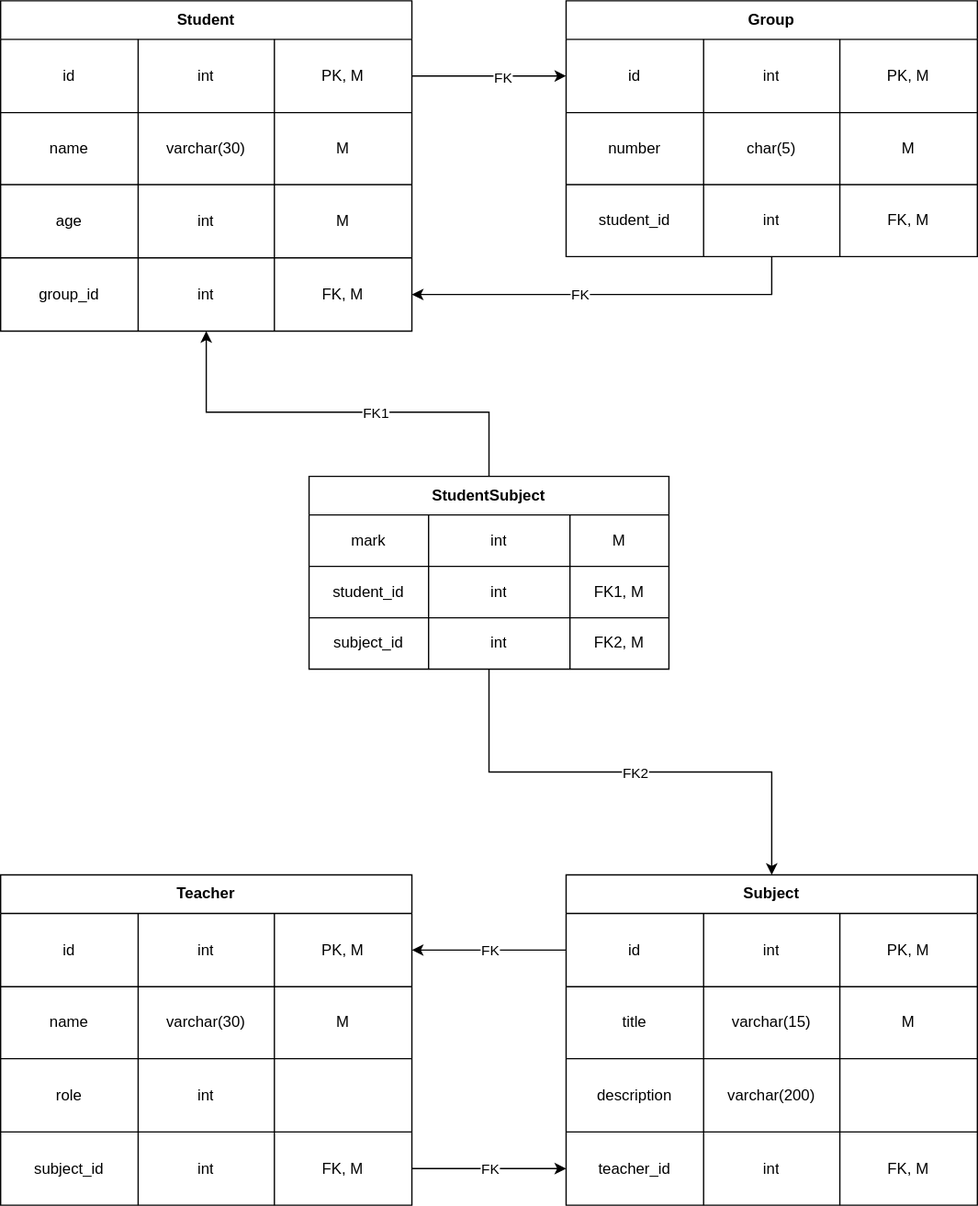
Before: Physical.svg, a diagram exported from draw.io (OlegUtusikov/DataBaseCourse). Source tidied: cells renumbered, new cells last; positions are measured from the earlier drawing's top-left corner, leaving out a move shared by most shapes.
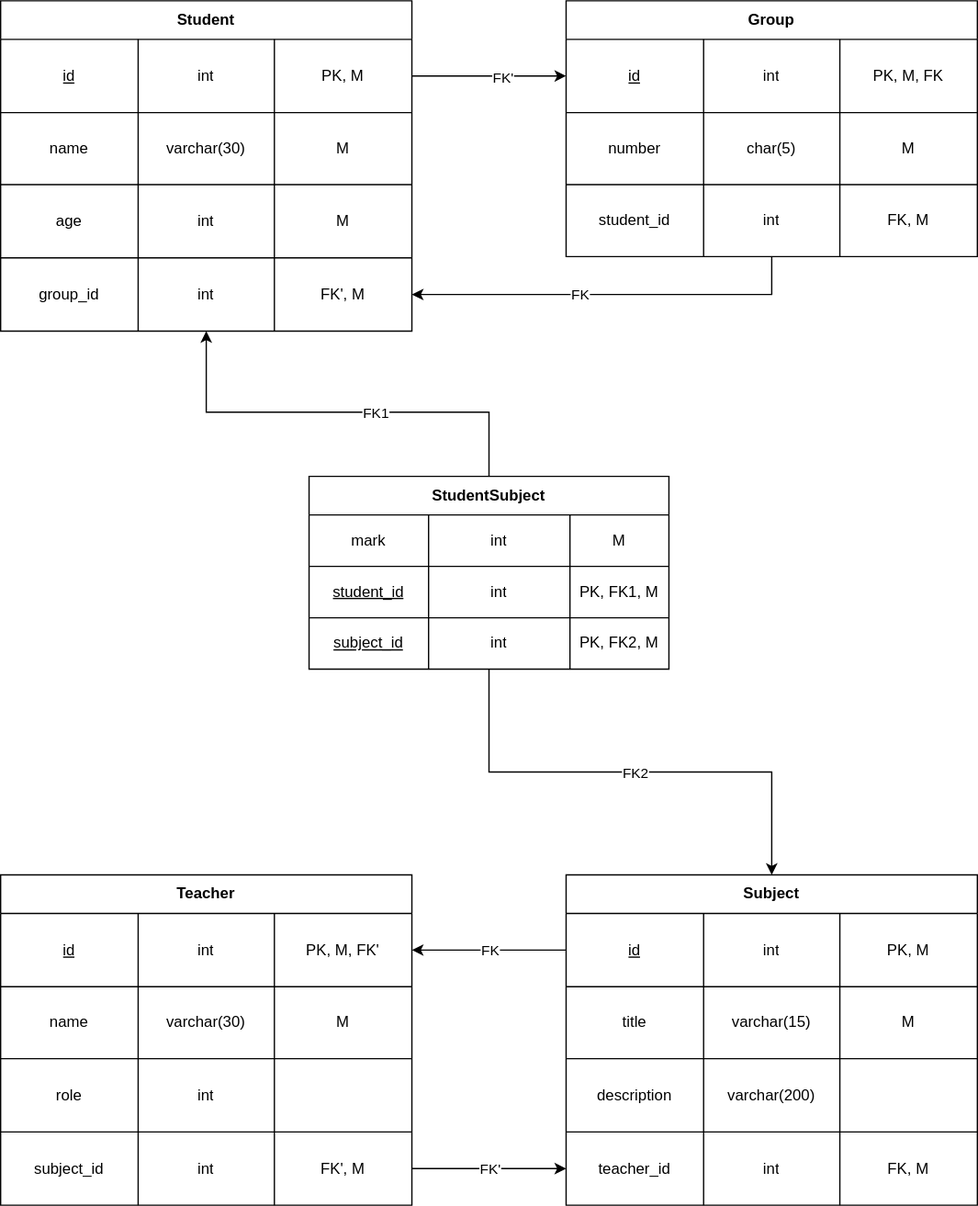
The same file after the commit.

Diff of the diagram source:
```diff
@@ -8,7 +8,7 @@
     <mxCell id="3" style="shape=partialRectangle;html=1;whiteSpace=wrap;fillColor=none;top=0;left=0;bottom=0;right=0;points=[[0,0.5],[1,0.5]];portConstraint=eastwest;" parent="2" vertex="1">
       <mxGeometry y="30" width="320" height="57" as="geometry" />
     </mxCell>
-    <mxCell id="4" value="id" style="shape=partialRectangle;html=1;whiteSpace=wrap;fillColor=none;top=0;left=0;bottom=0;right=0;overflow=hidden;" parent="3" vertex="1">
+    <mxCell id="4" value="&lt;u&gt;id&lt;/u&gt;" style="shape=partialRectangle;html=1;whiteSpace=wrap;fillColor=none;top=0;left=0;bottom=0;right=0;overflow=hidden;" parent="3" vertex="1">
       <mxGeometry width="107" height="57" as="geometry" />
     </mxCell>
     <mxCell id="5" value="int" style="shape=partialRectangle;html=1;whiteSpace=wrap;fillColor=none;top=0;left=0;bottom=0;right=0;overflow=hidden;" parent="3" vertex="1">
@@ -50,7 +50,7 @@
     <mxCell id="17" value="int" style="shape=partialRectangle;html=1;whiteSpace=wrap;fillColor=none;top=0;left=0;bottom=0;right=0;overflow=hidden;" parent="15" vertex="1">
       <mxGeometry x="107" width="106" height="57" as="geometry" />
     </mxCell>
-    <mxCell id="18" value="FK, M" style="shape=partialRectangle;html=1;whiteSpace=wrap;fillColor=none;top=0;left=0;bottom=0;right=0;overflow=hidden;" parent="15" vertex="1">
+    <mxCell id="18" value="FK', M" style="shape=partialRectangle;html=1;whiteSpace=wrap;fillColor=none;top=0;left=0;bottom=0;right=0;overflow=hidden;" parent="15" vertex="1">
       <mxGeometry x="213" width="107" height="57" as="geometry" />
     </mxCell>
     <mxCell id="19" style="edgeStyle=orthogonalEdgeStyle;rounded=0;jettySize=auto;html=1;exitX=0.5;exitY=1;exitDx=0;exitDy=0;startArrow=none;startFill=0;endArrow=classic;endFill=1;" parent="1" edge="1" source="21" target="15">
@@ -67,13 +67,13 @@
     <mxCell id="22" style="shape=partialRectangle;html=1;whiteSpace=wrap;fillColor=none;top=0;left=0;bottom=0;right=0;points=[[0,0.5],[1,0.5]];portConstraint=eastwest;" parent="21" vertex="1">
       <mxGeometry y="30" width="320" height="57" as="geometry" />
     </mxCell>
-    <mxCell id="23" value="id" style="shape=partialRectangle;html=1;whiteSpace=wrap;fillColor=none;top=0;left=0;bottom=0;right=0;overflow=hidden;" parent="22" vertex="1">
+    <mxCell id="23" value="&lt;u&gt;id&lt;/u&gt;" style="shape=partialRectangle;html=1;whiteSpace=wrap;fillColor=none;top=0;left=0;bottom=0;right=0;overflow=hidden;" parent="22" vertex="1">
       <mxGeometry width="107" height="57" as="geometry" />
     </mxCell>
     <mxCell id="24" value="int" style="shape=partialRectangle;html=1;whiteSpace=wrap;fillColor=none;top=0;left=0;bottom=0;right=0;overflow=hidden;" parent="22" vertex="1">
       <mxGeometry x="107" width="106" height="57" as="geometry" />
     </mxCell>
-    <mxCell id="25" value="PK, M" style="shape=partialRectangle;html=1;whiteSpace=wrap;fillColor=none;top=0;left=0;bottom=0;right=0;overflow=hidden;" parent="22" vertex="1">
+    <mxCell id="25" value="PK, M, FK" style="shape=partialRectangle;html=1;whiteSpace=wrap;fillColor=none;top=0;left=0;bottom=0;right=0;overflow=hidden;" parent="22" vertex="1">
       <mxGeometry x="213" width="107" height="57" as="geometry" />
     </mxCell>
     <mxCell id="26" style="shape=partialRectangle;html=1;whiteSpace=wrap;fillColor=none;top=0;left=0;bottom=0;right=0;" parent="21" vertex="1">
@@ -106,13 +106,13 @@
     <mxCell id="35" style="shape=partialRectangle;html=1;whiteSpace=wrap;fillColor=none;top=0;left=0;bottom=0;right=0;points=[[0,0.5],[1,0.5]];portConstraint=eastwest;" parent="34" vertex="1">
       <mxGeometry y="30" width="320" height="57" as="geometry" />
     </mxCell>
-    <mxCell id="36" value="id" style="shape=partialRectangle;html=1;whiteSpace=wrap;fillColor=none;top=0;left=0;bottom=0;right=0;overflow=hidden;" parent="35" vertex="1">
+    <mxCell id="36" value="&lt;u&gt;id&lt;/u&gt;" style="shape=partialRectangle;html=1;whiteSpace=wrap;fillColor=none;top=0;left=0;bottom=0;right=0;overflow=hidden;" parent="35" vertex="1">
       <mxGeometry width="107" height="57" as="geometry" />
     </mxCell>
     <mxCell id="37" value="int" style="shape=partialRectangle;html=1;whiteSpace=wrap;fillColor=none;top=0;left=0;bottom=0;right=0;overflow=hidden;" parent="35" vertex="1">
       <mxGeometry x="107" width="106" height="57" as="geometry" />
     </mxCell>
-    <mxCell id="38" value="PK, M" style="shape=partialRectangle;html=1;whiteSpace=wrap;fillColor=none;top=0;left=0;bottom=0;right=0;overflow=hidden;" parent="35" vertex="1">
+    <mxCell id="38" value="PK, M, FK'" style="shape=partialRectangle;html=1;whiteSpace=wrap;fillColor=none;top=0;left=0;bottom=0;right=0;overflow=hidden;" parent="35" vertex="1">
       <mxGeometry x="213" width="107" height="57" as="geometry" />
     </mxCell>
     <mxCell id="39" style="shape=partialRectangle;html=1;whiteSpace=wrap;fillColor=none;top=0;left=0;bottom=0;right=0;" parent="34" vertex="1">
@@ -148,7 +148,7 @@
     <mxCell id="49" value="int" style="shape=partialRectangle;html=1;whiteSpace=wrap;fillColor=none;top=0;left=0;bottom=0;right=0;overflow=hidden;" parent="47" vertex="1">
       <mxGeometry x="107" width="106" height="57" as="geometry" />
     </mxCell>
-    <mxCell id="50" value="FK, M" style="shape=partialRectangle;html=1;whiteSpace=wrap;fillColor=none;top=0;left=0;bottom=0;right=0;overflow=hidden;" parent="47" vertex="1">
+    <mxCell id="50" value="FK', M" style="shape=partialRectangle;html=1;whiteSpace=wrap;fillColor=none;top=0;left=0;bottom=0;right=0;overflow=hidden;" parent="47" vertex="1">
       <mxGeometry x="213" width="107" height="57" as="geometry" />
     </mxCell>
     <mxCell id="51" value="Subject" style="shape=table;html=1;whiteSpace=wrap;startSize=30;fontStyle=1;align=center;" parent="1" vertex="1">
@@ -157,7 +157,7 @@
     <mxCell id="52" style="shape=partialRectangle;html=1;whiteSpace=wrap;fillColor=none;top=0;left=0;bottom=0;right=0;points=[[0,0.5],[1,0.5]];portConstraint=eastwest;" parent="51" vertex="1">
       <mxGeometry y="30" width="320" height="57" as="geometry" />
     </mxCell>
-    <mxCell id="53" value="id" style="shape=partialRectangle;html=1;whiteSpace=wrap;fillColor=none;top=0;left=0;bottom=0;right=0;overflow=hidden;" parent="52" vertex="1">
+    <mxCell id="53" value="&lt;u&gt;id&lt;/u&gt;" style="shape=partialRectangle;html=1;whiteSpace=wrap;fillColor=none;top=0;left=0;bottom=0;right=0;overflow=hidden;" parent="52" vertex="1">
       <mxGeometry width="107" height="57" as="geometry" />
     </mxCell>
     <mxCell id="54" value="int" style="shape=partialRectangle;html=1;whiteSpace=wrap;fillColor=none;top=0;left=0;bottom=0;right=0;overflow=hidden;" parent="52" vertex="1">
@@ -239,31 +239,31 @@
     <mxCell id="77" style="shape=partialRectangle;html=1;whiteSpace=wrap;fillColor=none;top=0;left=0;bottom=0;right=0;" parent="72" vertex="1">
       <mxGeometry y="70" width="280" height="40" as="geometry" />
     </mxCell>
-    <mxCell id="78" value="student_id" style="shape=partialRectangle;html=1;whiteSpace=wrap;fillColor=none;top=0;left=0;bottom=0;right=0;overflow=hidden;" parent="77" vertex="1">
+    <mxCell id="78" value="&lt;u&gt;student_id&lt;/u&gt;" style="shape=partialRectangle;html=1;whiteSpace=wrap;fillColor=none;top=0;left=0;bottom=0;right=0;overflow=hidden;" parent="77" vertex="1">
       <mxGeometry width="93" height="40" as="geometry" />
     </mxCell>
     <mxCell id="79" value="int" style="shape=partialRectangle;html=1;whiteSpace=wrap;fillColor=none;top=0;left=0;bottom=0;right=0;overflow=hidden;" parent="77" vertex="1">
       <mxGeometry x="93" width="110" height="40" as="geometry" />
     </mxCell>
-    <mxCell id="80" value="FK1, M" style="shape=partialRectangle;html=1;whiteSpace=wrap;fillColor=none;top=0;left=0;bottom=0;right=0;overflow=hidden;" parent="77" vertex="1">
+    <mxCell id="80" value="PK, FK1, M" style="shape=partialRectangle;html=1;whiteSpace=wrap;fillColor=none;top=0;left=0;bottom=0;right=0;overflow=hidden;" parent="77" vertex="1">
       <mxGeometry x="203" width="77" height="40" as="geometry" />
     </mxCell>
     <mxCell id="81" style="shape=partialRectangle;html=1;whiteSpace=wrap;fillColor=none;top=0;left=0;bottom=0;right=0;" parent="72" vertex="1">
       <mxGeometry y="110" width="280" height="40" as="geometry" />
     </mxCell>
-    <mxCell id="82" value="subject_id" style="shape=partialRectangle;html=1;whiteSpace=wrap;fillColor=none;top=0;left=0;bottom=0;right=0;overflow=hidden;" parent="81" vertex="1">
+    <mxCell id="82" value="&lt;u&gt;subject_id&lt;/u&gt;" style="shape=partialRectangle;html=1;whiteSpace=wrap;fillColor=none;top=0;left=0;bottom=0;right=0;overflow=hidden;" parent="81" vertex="1">
       <mxGeometry width="93" height="40" as="geometry" />
     </mxCell>
     <mxCell id="83" value="int" style="shape=partialRectangle;html=1;whiteSpace=wrap;fillColor=none;top=0;left=0;bottom=0;right=0;overflow=hidden;" parent="81" vertex="1">
       <mxGeometry x="93" width="110" height="40" as="geometry" />
     </mxCell>
-    <mxCell id="84" value="FK2, M" style="shape=partialRectangle;html=1;whiteSpace=wrap;fillColor=none;top=0;left=0;bottom=0;right=0;overflow=hidden;" parent="81" vertex="1">
+    <mxCell id="84" value="PK, FK2, M" style="shape=partialRectangle;html=1;whiteSpace=wrap;fillColor=none;top=0;left=0;bottom=0;right=0;overflow=hidden;" parent="81" vertex="1">
       <mxGeometry x="203" width="77" height="40" as="geometry" />
     </mxCell>
     <mxCell id="85" style="edgeStyle=orthogonalEdgeStyle;rounded=0;jettySize=auto;html=1;exitX=1;exitY=0.5;exitDx=0;exitDy=0;entryX=0;entryY=0.5;entryDx=0;entryDy=0;startArrow=none;startFill=0;endArrow=classic;endFill=1;" parent="1" edge="1" source="3" target="22">
       <mxGeometry relative="1" as="geometry" />
     </mxCell>
-    <mxCell id="86" value="FK" style="edgeLabel;html=1;align=center;verticalAlign=middle;" parent="85" vertex="1">
+    <mxCell id="86" value="FK'" style="edgeLabel;html=1;align=center;verticalAlign=middle;" parent="85" vertex="1">
       <mxGeometry x="0.17" relative="1" as="geometry">
         <mxPoint y="1" as="offset" />
       </mxGeometry>
@@ -279,7 +279,7 @@
     <mxCell id="89" style="edgeStyle=orthogonalEdgeStyle;rounded=0;jettySize=auto;html=1;exitX=1;exitY=0.5;exitDx=0;exitDy=0;startArrow=none;startFill=0;endArrow=classic;endFill=1;" parent="1" edge="1" source="47" target="64">
       <mxGeometry relative="1" as="geometry" />
     </mxCell>
-    <mxCell id="90" value="FK" style="edgeLabel;html=1;align=center;verticalAlign=middle;" parent="89" vertex="1">
+    <mxCell id="90" value="FK'" style="edgeLabel;html=1;align=center;verticalAlign=middle;" parent="89" vertex="1">
       <mxGeometry x="-0.2" y="-1" relative="1" as="geometry">
         <mxPoint x="12" y="-1" as="offset" />
       </mxGeometry>
```
